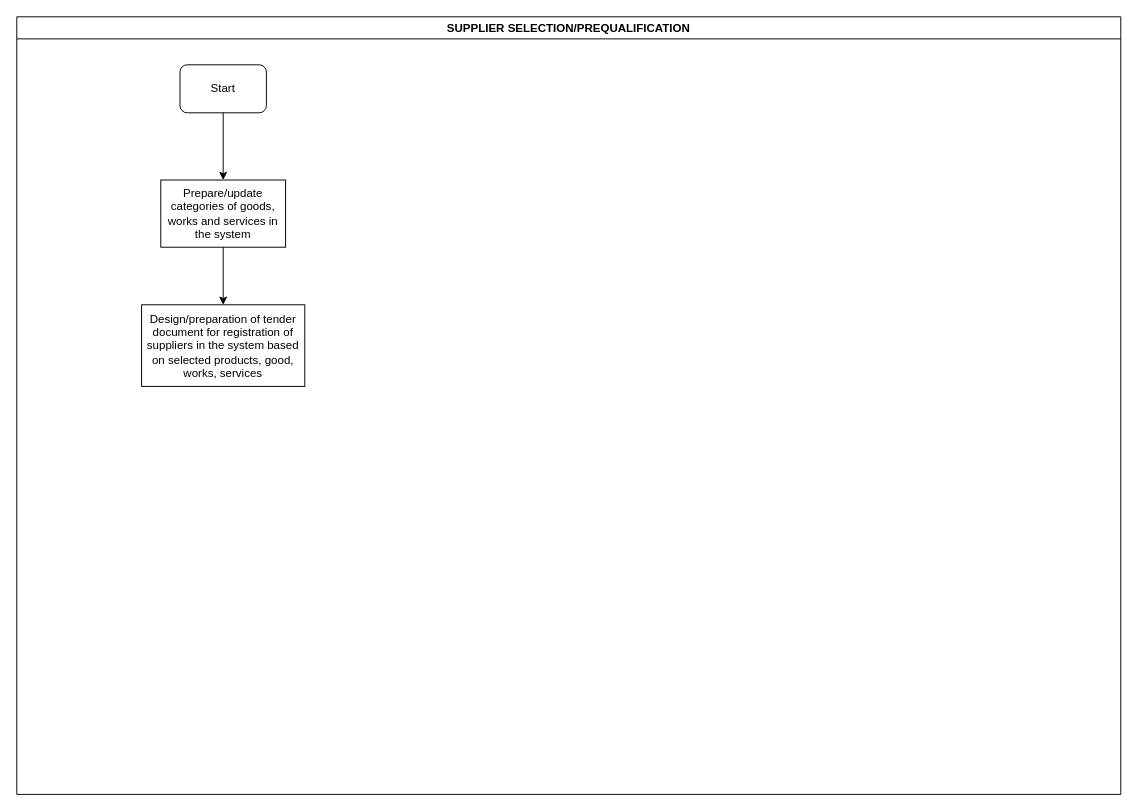
Earlier version of the draw.io diagram LC-PROC-SUPPLIER PREQUALIFICATION.drawio (kmagua/flowcharts). Source tidied: cells renumbered, new cells numbered last; positions are measured from the earlier drawing's top-left corner, leaving out a move shared by most shapes. Both pictures are drawn from the tidied source at 96%, with x=0, y=0 at pixel (16, 16).
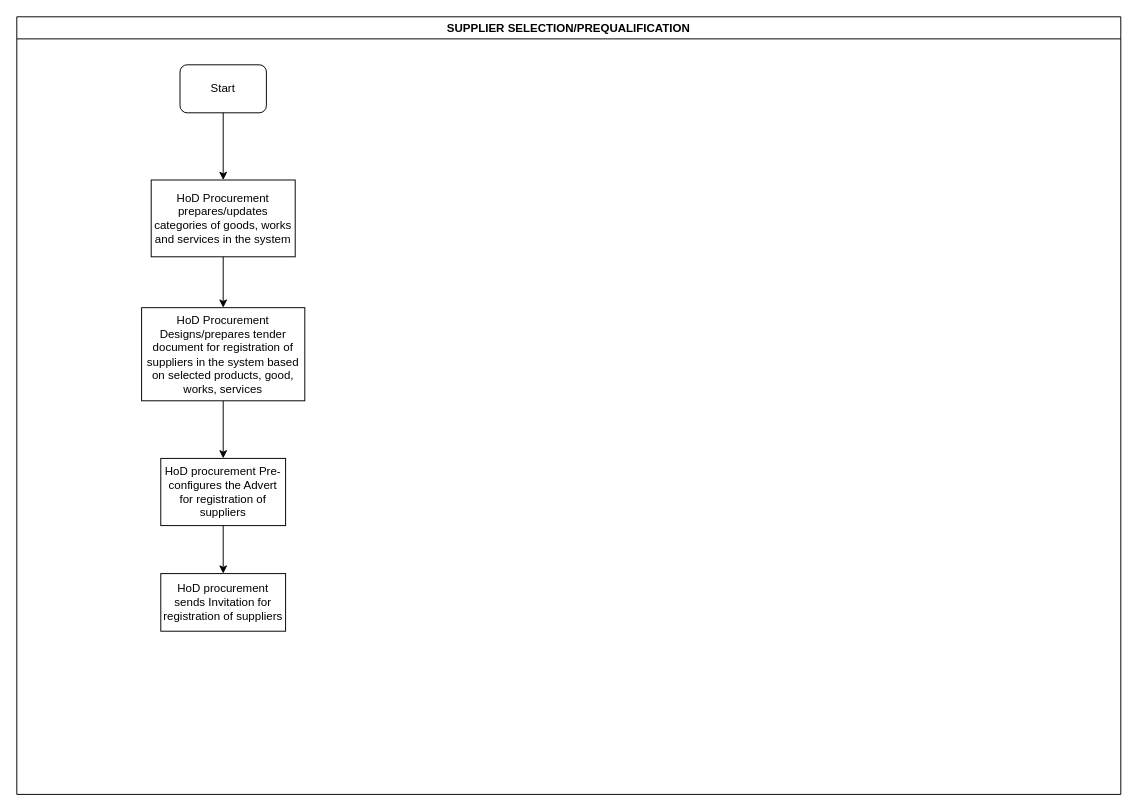
The same page after the edit.

What changed in the source:
```diff
@@
 <mxGraphModel>
   <root>
     <mxCell id="0" />
     <mxCell id="1" parent="0" />
     <mxCell id="2" value="SUPPLIER SELECTION/PREQUALIFICATION" style="swimlane;" parent="1" vertex="1">
       <mxGeometry width="1150" height="810" as="geometry" />
     </mxCell>
     <mxCell id="3" value="Start" style="rounded=1;whiteSpace=wrap;html=1;" parent="2" vertex="1">
       <mxGeometry x="170" y="50" width="90" height="50" as="geometry" />
     </mxCell>
-    <mxCell id="4" value="Prepare/update categories of goods, works and services in the system" style="rounded=0;whiteSpace=wrap;html=1;" parent="2" vertex="1">
-      <mxGeometry x="150" y="170" width="130" height="70" as="geometry" />
+    <mxCell id="4" value="HoD Procurement prepares/updates categories of goods, works and services in the system" style="rounded=0;whiteSpace=wrap;html=1;" parent="2" vertex="1">
+      <mxGeometry x="140" y="170" width="150" height="80" as="geometry" />
     </mxCell>
     <mxCell id="5" style="edgeStyle=orthogonalEdgeStyle;rounded=0;jettySize=auto;html=1;entryX=0.5;entryY=0;entryDx=0;entryDy=0;" parent="2" edge="1" source="3" target="4">
       <mxGeometry relative="1" as="geometry" />
     </mxCell>
+    <mxCell id="8" value="HoD procurement Pre-configures the Advert for registration of suppliers" style="whiteSpace=wrap;html=1;rounded=0;" parent="2" vertex="1">
+      <mxGeometry x="150" y="460" width="130" height="70" as="geometry" />
+    </mxCell>
+    <mxCell id="9" value="HoD procurement sends Invitation for registration of suppliers" style="whiteSpace=wrap;html=1;rounded=0;" parent="2" vertex="1">
+      <mxGeometry x="150" y="580" width="130" height="60" as="geometry" />
+    </mxCell>
+    <mxCell id="10" style="edgeStyle=orthogonalEdgeStyle;rounded=0;jettySize=auto;html=1;" parent="2" edge="1" source="8" target="9">
+      <mxGeometry relative="1" as="geometry" />
+    </mxCell>
+    <mxCell id="11" style="edgeStyle=orthogonalEdgeStyle;rounded=0;jettySize=auto;html=1;" parent="1" edge="1" source="6" target="8">
+      <mxGeometry relative="1" as="geometry" />
+    </mxCell>
-    <mxCell id="6" value="Design/preparation of tender document for registration of suppliers in the system based on selected products, good, works, services" style="whiteSpace=wrap;html=1;rounded=0;" parent="1" vertex="1">
-      <mxGeometry x="130" y="300" width="170" height="85" as="geometry" />
+    <mxCell id="6" value="HoD Procurement Designs/prepares tender document for registration of suppliers in the system based on selected products, good, works, services" style="whiteSpace=wrap;html=1;rounded=0;" parent="1" vertex="1">
+      <mxGeometry x="130" y="303" width="170" height="97" as="geometry" />
     </mxCell>
     <mxCell id="7" style="edgeStyle=orthogonalEdgeStyle;rounded=0;jettySize=auto;html=1;" parent="1" edge="1" source="4" target="6">
       <mxGeometry relative="1" as="geometry" />
     </mxCell>
   </root>
 </mxGraphModel>
```
